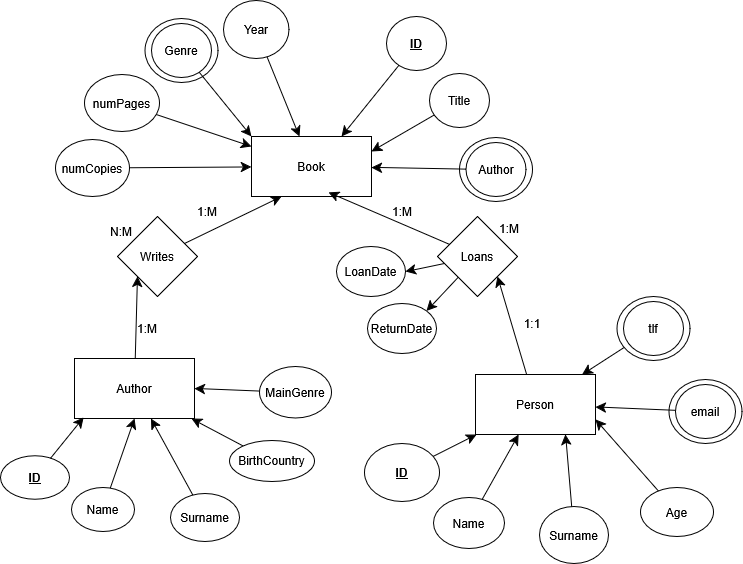
Earlier version of the draw.io export Documentation/ERdiagram.drawio.png (nqc-arch/LibraryDatabaseChallenge). Source tidied: cells renumbered, new cells last; positions are measured from the earlier drawing's top-left corner, leaving out a move shared by most shapes. Source of this version:
```xml
<mxGraphModel>
  <root>
    <mxCell id="0" />
    <mxCell id="1" parent="0" />
    <mxCell id="2" style="ellipse;whiteSpace=wrap;html=1;strokeColor=default;shadow=0;backgroundOutline=0;perimeterSpacing=0;" parent="1" vertex="1">
      <mxGeometry x="459" y="137" width="73" height="64" as="geometry" />
    </mxCell>
    <mxCell id="3" style="ellipse;whiteSpace=wrap;html=1;strokeColor=default;shadow=0;backgroundOutline=0;perimeterSpacing=0;" parent="1" vertex="1">
      <mxGeometry x="144.5" y="18" width="73" height="64" as="geometry" />
    </mxCell>
    <mxCell id="4" style="ellipse;whiteSpace=wrap;html=1;strokeColor=default;shadow=0;backgroundOutline=0;perimeterSpacing=0;" parent="1" vertex="1">
      <mxGeometry x="668.5" y="379" width="73" height="64" as="geometry" />
    </mxCell>
    <mxCell id="5" value="Book" style="rounded=0;whiteSpace=wrap;html=1;" parent="1" vertex="1">
      <mxGeometry x="251" y="136" width="120" height="60" as="geometry" />
    </mxCell>
    <mxCell id="6" style="edgeStyle=none;curved=1;rounded=0;jettySize=auto;html=1;entryX=0;entryY=1;entryDx=0;entryDy=0;fontSize=12;startSize=8;endSize=8;" parent="1" edge="1" source="7" target="11">
      <mxGeometry relative="1" as="geometry" />
    </mxCell>
    <mxCell id="7" value="&lt;div&gt;Author&lt;/div&gt;" style="rounded=0;whiteSpace=wrap;html=1;" parent="1" vertex="1">
      <mxGeometry x="74" y="358" width="120" height="60" as="geometry" />
    </mxCell>
    <mxCell id="8" style="edgeStyle=none;curved=1;rounded=0;jettySize=auto;html=1;entryX=1;entryY=1;entryDx=0;entryDy=0;fontSize=12;startSize=8;endSize=8;" parent="1" edge="1" source="9" target="15">
      <mxGeometry relative="1" as="geometry" />
    </mxCell>
    <mxCell id="9" value="&lt;div&gt;Person&lt;/div&gt;" style="rounded=0;whiteSpace=wrap;html=1;" parent="1" vertex="1">
      <mxGeometry x="475" y="374" width="120" height="60" as="geometry" />
    </mxCell>
    <mxCell id="10" style="edgeStyle=none;curved=1;rounded=0;jettySize=auto;html=1;entryX=0.25;entryY=1;entryDx=0;entryDy=0;fontSize=12;startSize=8;endSize=8;" parent="1" edge="1" source="11" target="5">
      <mxGeometry relative="1" as="geometry" />
    </mxCell>
    <mxCell id="11" value="&lt;div&gt;Writes&lt;/div&gt;" style="rhombus;whiteSpace=wrap;html=1;" parent="1" vertex="1">
      <mxGeometry x="117" y="216" width="80" height="80" as="geometry" />
    </mxCell>
    <mxCell id="12" style="edgeStyle=none;curved=1;rounded=0;jettySize=auto;html=1;entryX=0.642;entryY=0.933;entryDx=0;entryDy=0;fontSize=12;startSize=8;endSize=8;entryPerimeter=0;" parent="1" edge="1" source="15" target="5">
      <mxGeometry relative="1" as="geometry" />
    </mxCell>
    <mxCell id="13" style="edgeStyle=none;curved=1;rounded=0;jettySize=auto;html=1;entryX=1;entryY=0;entryDx=0;entryDy=0;fontSize=12;startSize=8;endSize=8;" parent="1" edge="1" source="15" target="60">
      <mxGeometry relative="1" as="geometry" />
    </mxCell>
    <mxCell id="14" style="edgeStyle=none;curved=1;rounded=0;jettySize=auto;html=1;entryX=1;entryY=0.5;entryDx=0;entryDy=0;fontSize=12;startSize=8;endSize=8;" parent="1" edge="1" source="15" target="59">
      <mxGeometry relative="1" as="geometry" />
    </mxCell>
    <mxCell id="15" value="&lt;div&gt;Loans&lt;/div&gt;" style="rhombus;whiteSpace=wrap;html=1;" parent="1" vertex="1">
      <mxGeometry x="437" y="216" width="80" height="80" as="geometry" />
    </mxCell>
    <mxCell id="16" style="edgeStyle=none;curved=1;rounded=0;jettySize=auto;html=1;fontSize=12;startSize=8;endSize=8;" parent="1" edge="1" source="17" target="9">
      <mxGeometry relative="1" as="geometry" />
    </mxCell>
    <mxCell id="17" value="&lt;u&gt;&lt;b&gt;ID&lt;/b&gt;&lt;/u&gt;" style="ellipse;whiteSpace=wrap;html=1;" parent="1" vertex="1">
      <mxGeometry x="364" y="443" width="75" height="58" as="geometry" />
    </mxCell>
    <mxCell id="18" style="edgeStyle=none;curved=1;rounded=0;jettySize=auto;html=1;fontSize=12;startSize=8;endSize=8;" parent="1" edge="1" source="19" target="9">
      <mxGeometry relative="1" as="geometry" />
    </mxCell>
    <mxCell id="19" value="&lt;div&gt;Name&lt;/div&gt;" style="ellipse;whiteSpace=wrap;html=1;" parent="1" vertex="1">
      <mxGeometry x="433" y="497" width="71" height="51" as="geometry" />
    </mxCell>
    <mxCell id="20" style="edgeStyle=none;curved=1;rounded=0;jettySize=auto;html=1;entryX=0.75;entryY=1;entryDx=0;entryDy=0;fontSize=12;startSize=8;endSize=8;" parent="1" edge="1" source="21" target="9">
      <mxGeometry relative="1" as="geometry" />
    </mxCell>
    <mxCell id="21" value="Surname" style="ellipse;whiteSpace=wrap;html=1;" parent="1" vertex="1">
      <mxGeometry x="539" y="506" width="69" height="57" as="geometry" />
    </mxCell>
    <mxCell id="22" style="edgeStyle=none;curved=1;rounded=0;jettySize=auto;html=1;entryX=1;entryY=0.75;entryDx=0;entryDy=0;fontSize=12;startSize=8;endSize=8;" parent="1" edge="1" source="23" target="9">
      <mxGeometry relative="1" as="geometry" />
    </mxCell>
    <mxCell id="23" value="Age" style="ellipse;whiteSpace=wrap;html=1;" parent="1" vertex="1">
      <mxGeometry x="640" y="487" width="73" height="49" as="geometry" />
    </mxCell>
    <mxCell id="24" value="&lt;b&gt;&lt;u&gt;ID&lt;/u&gt;&lt;/b&gt;" style="ellipse;whiteSpace=wrap;html=1;" parent="1" vertex="1">
      <mxGeometry y="455.2" width="69" height="43.5" as="geometry" />
    </mxCell>
    <mxCell id="25" style="edgeStyle=none;curved=1;rounded=0;jettySize=auto;html=1;entryX=0.5;entryY=1;entryDx=0;entryDy=0;fontSize=12;startSize=8;endSize=8;" parent="1" edge="1" source="26" target="7">
      <mxGeometry relative="1" as="geometry" />
    </mxCell>
    <mxCell id="26" value="&lt;div&gt;Name&lt;/div&gt;" style="ellipse;whiteSpace=wrap;html=1;" parent="1" vertex="1">
      <mxGeometry x="71" y="487" width="63" height="44" as="geometry" />
    </mxCell>
    <mxCell id="27" style="edgeStyle=none;curved=1;rounded=0;jettySize=auto;html=1;entryX=0.75;entryY=0;entryDx=0;entryDy=0;fontSize=12;startSize=8;endSize=8;" parent="1" edge="1" source="28" target="5">
      <mxGeometry relative="1" as="geometry" />
    </mxCell>
    <mxCell id="28" value="&lt;b&gt;&lt;u&gt;ID&lt;/u&gt;&lt;/b&gt;" style="ellipse;whiteSpace=wrap;html=1;" parent="1" vertex="1">
      <mxGeometry x="386" y="16" width="60" height="54" as="geometry" />
    </mxCell>
    <mxCell id="29" style="edgeStyle=none;curved=1;rounded=0;jettySize=auto;html=1;fontSize=12;startSize=8;endSize=8;" parent="1" edge="1" source="30" target="7">
      <mxGeometry relative="1" as="geometry" />
    </mxCell>
    <mxCell id="30" value="Surname" style="ellipse;whiteSpace=wrap;html=1;" parent="1" vertex="1">
      <mxGeometry x="170" y="493" width="69" height="48" as="geometry" />
    </mxCell>
    <mxCell id="31" style="edgeStyle=none;curved=1;rounded=0;jettySize=auto;html=1;entryX=0.075;entryY=0.983;entryDx=0;entryDy=0;entryPerimeter=0;fontSize=12;startSize=8;endSize=8;" parent="1" edge="1" source="24" target="7">
      <mxGeometry relative="1" as="geometry" />
    </mxCell>
    <mxCell id="32" style="edgeStyle=none;curved=1;rounded=0;jettySize=auto;html=1;entryX=1;entryY=0.25;entryDx=0;entryDy=0;fontSize=12;startSize=8;endSize=8;" parent="1" edge="1" source="33" target="5">
      <mxGeometry relative="1" as="geometry" />
    </mxCell>
    <mxCell id="33" value="&lt;div&gt;Title&lt;/div&gt;" style="ellipse;whiteSpace=wrap;html=1;" parent="1" vertex="1">
      <mxGeometry x="429" y="73" width="60" height="54" as="geometry" />
    </mxCell>
    <mxCell id="34" style="edgeStyle=none;curved=1;rounded=0;jettySize=auto;html=1;entryX=0;entryY=0;entryDx=0;entryDy=0;fontSize=12;startSize=8;endSize=8;" parent="1" edge="1" source="35" target="5">
      <mxGeometry relative="1" as="geometry" />
    </mxCell>
    <mxCell id="35" value="Genre" style="ellipse;whiteSpace=wrap;html=1;" parent="1" vertex="1">
      <mxGeometry x="151" y="23" width="60" height="54" as="geometry" />
    </mxCell>
    <mxCell id="36" style="edgeStyle=none;curved=1;rounded=0;jettySize=auto;html=1;fontSize=12;startSize=8;endSize=8;" parent="1" edge="1" source="37" target="5">
      <mxGeometry relative="1" as="geometry" />
    </mxCell>
    <mxCell id="37" value="&lt;div&gt;numPages&lt;/div&gt;" style="ellipse;whiteSpace=wrap;html=1;" parent="1" vertex="1">
      <mxGeometry x="84" y="74" width="75" height="57" as="geometry" />
    </mxCell>
    <mxCell id="38" style="edgeStyle=none;curved=1;rounded=0;jettySize=auto;html=1;fontSize=12;startSize=8;endSize=8;" parent="1" edge="1" source="39" target="5">
      <mxGeometry relative="1" as="geometry" />
    </mxCell>
    <mxCell id="39" value="&lt;div&gt;Author&lt;/div&gt;" style="ellipse;whiteSpace=wrap;html=1;" parent="1" vertex="1">
      <mxGeometry x="465.5" y="142" width="60" height="54" as="geometry" />
    </mxCell>
    <mxCell id="40" style="edgeStyle=none;curved=1;rounded=0;jettySize=auto;html=1;fontSize=12;startSize=8;endSize=8;" parent="1" edge="1" source="41" target="5">
      <mxGeometry relative="1" as="geometry" />
    </mxCell>
    <mxCell id="41" value="numCopies" style="ellipse;whiteSpace=wrap;html=1;" parent="1" vertex="1">
      <mxGeometry x="55" y="139" width="74" height="57" as="geometry" />
    </mxCell>
    <mxCell id="42" style="edgeStyle=none;curved=1;rounded=0;jettySize=auto;html=1;fontSize=12;startSize=8;endSize=8;" parent="1" edge="1" source="43" target="7">
      <mxGeometry relative="1" as="geometry" />
    </mxCell>
    <mxCell id="43" value="BirthCountry" style="ellipse;whiteSpace=wrap;html=1;" parent="1" vertex="1">
      <mxGeometry x="229" y="440" width="85" height="41" as="geometry" />
    </mxCell>
    <mxCell id="44" style="edgeStyle=none;curved=1;rounded=0;jettySize=auto;html=1;fontSize=12;startSize=8;endSize=8;" parent="1" edge="1" source="45" target="9">
      <mxGeometry relative="1" as="geometry" />
    </mxCell>
    <mxCell id="45" value="email" style="ellipse;whiteSpace=wrap;html=1;strokeColor=default;shadow=0;backgroundOutline=0;perimeterSpacing=0;" parent="1" vertex="1">
      <mxGeometry x="675" y="384" width="60" height="54" as="geometry" />
    </mxCell>
    <mxCell id="46" style="edgeStyle=none;curved=1;rounded=0;jettySize=auto;html=1;fontSize=12;startSize=8;endSize=8;" parent="1" edge="1" source="48" target="9">
      <mxGeometry relative="1" as="geometry" />
    </mxCell>
    <mxCell id="47" style="ellipse;whiteSpace=wrap;html=1;strokeColor=default;shadow=0;backgroundOutline=0;perimeterSpacing=0;" parent="1" vertex="1">
      <mxGeometry x="616.5" y="296" width="73" height="64" as="geometry" />
    </mxCell>
    <mxCell id="48" value="tlf" style="ellipse;whiteSpace=wrap;html=1;strokeColor=default;shadow=0;backgroundOutline=0;perimeterSpacing=0;" parent="1" vertex="1">
      <mxGeometry x="623" y="301" width="60" height="54" as="geometry" />
    </mxCell>
    <mxCell id="49" style="edgeStyle=none;curved=1;rounded=0;jettySize=auto;html=1;entryX=1;entryY=0.5;entryDx=0;entryDy=0;fontSize=12;startSize=8;endSize=8;" parent="1" edge="1" source="50" target="7">
      <mxGeometry relative="1" as="geometry" />
    </mxCell>
    <mxCell id="50" value="MainGenre" style="ellipse;whiteSpace=wrap;html=1;" parent="1" vertex="1">
      <mxGeometry x="259" y="366" width="72" height="51.5" as="geometry" />
    </mxCell>
    <mxCell id="51" style="edgeStyle=none;curved=1;rounded=0;jettySize=auto;html=1;fontSize=12;startSize=8;endSize=8;" parent="1" edge="1" source="52" target="5">
      <mxGeometry relative="1" as="geometry" />
    </mxCell>
    <mxCell id="52" value="Year" style="ellipse;whiteSpace=wrap;html=1;" parent="1" vertex="1">
      <mxGeometry x="223" width="65.5" height="58" as="geometry" />
    </mxCell>
    <mxCell id="53" value="1:M" style="text;html=1;align=center;verticalAlign=middle;whiteSpace=wrap;rounded=0;" parent="1" vertex="1">
      <mxGeometry x="117" y="313" width="60" height="30" as="geometry" />
    </mxCell>
    <mxCell id="54" value="1:M" style="text;html=1;align=center;verticalAlign=middle;whiteSpace=wrap;rounded=0;" parent="1" vertex="1">
      <mxGeometry x="177" y="196" width="60" height="30" as="geometry" />
    </mxCell>
    <mxCell id="55" value="N:M" style="text;html=1;align=center;verticalAlign=middle;whiteSpace=wrap;rounded=0;" parent="1" vertex="1">
      <mxGeometry x="91" y="216" width="60" height="30" as="geometry" />
    </mxCell>
    <mxCell id="56" value="1:1" style="text;html=1;align=center;verticalAlign=middle;whiteSpace=wrap;rounded=0;" parent="1" vertex="1">
      <mxGeometry x="502" y="308" width="60" height="30" as="geometry" />
    </mxCell>
    <mxCell id="57" value="1:M" style="text;html=1;align=center;verticalAlign=middle;whiteSpace=wrap;rounded=0;" parent="1" vertex="1">
      <mxGeometry x="371.5" y="196" width="60" height="30" as="geometry" />
    </mxCell>
    <mxCell id="58" value="1:M" style="text;html=1;align=center;verticalAlign=middle;whiteSpace=wrap;rounded=0;" parent="1" vertex="1">
      <mxGeometry x="479" y="213" width="60" height="30" as="geometry" />
    </mxCell>
    <mxCell id="59" value="LoanDate" style="ellipse;whiteSpace=wrap;html=1;" parent="1" vertex="1">
      <mxGeometry x="336" y="246" width="69" height="50" as="geometry" />
    </mxCell>
    <mxCell id="60" value="ReturnDate" style="ellipse;whiteSpace=wrap;html=1;" parent="1" vertex="1">
      <mxGeometry x="367" y="303" width="69" height="50" as="geometry" />
    </mxCell>
  </root>
</mxGraphModel>
```
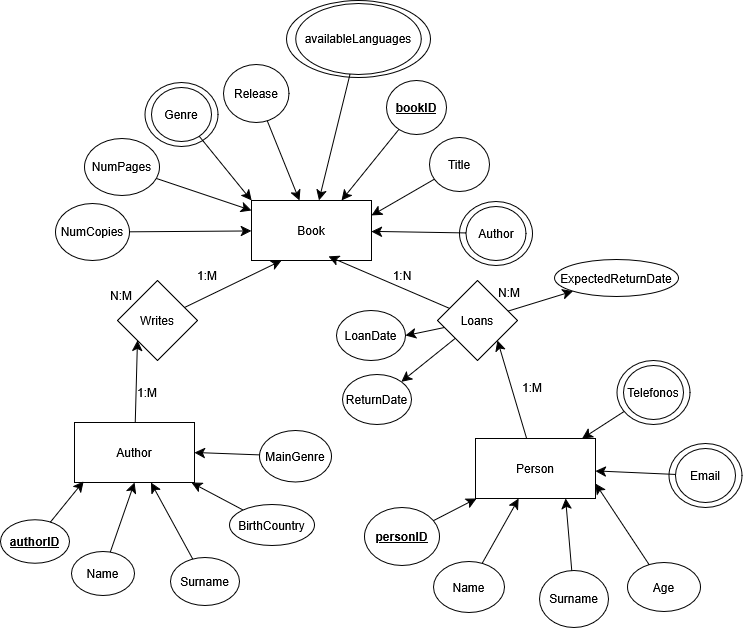
Above is the later version.

Commit message:
First steps into Relational Diagram. Minor modifications to ER Diagrama

Change to the diagram source:
```diff
@@ -2,6 +2,9 @@
   <root>
     <mxCell id="0" />
     <mxCell id="1" parent="0" />
+    <mxCell id="61" style="ellipse;whiteSpace=wrap;html=1;" parent="1" vertex="1">
+      <mxGeometry x="286" y="-64" width="144" height="77" as="geometry" />
+    </mxCell>
     <mxCell id="2" style="ellipse;whiteSpace=wrap;html=1;strokeColor=default;shadow=0;backgroundOutline=0;perimeterSpacing=0;" parent="1" vertex="1">
       <mxGeometry x="459" y="137" width="73" height="64" as="geometry" />
     </mxCell>
@@ -41,13 +44,16 @@
     <mxCell id="14" style="edgeStyle=none;curved=1;rounded=0;jettySize=auto;html=1;entryX=1;entryY=0.5;entryDx=0;entryDy=0;fontSize=12;startSize=8;endSize=8;" parent="1" edge="1" source="15" target="59">
       <mxGeometry relative="1" as="geometry" />
     </mxCell>
+    <mxCell id="62" style="edgeStyle=none;curved=1;rounded=0;jettySize=auto;html=1;fontSize=12;startSize=8;endSize=8;" parent="1" edge="1" source="15" target="65">
+      <mxGeometry relative="1" as="geometry" />
+    </mxCell>
     <mxCell id="15" value="&lt;div&gt;Loans&lt;/div&gt;" style="rhombus;whiteSpace=wrap;html=1;" parent="1" vertex="1">
       <mxGeometry x="437" y="216" width="80" height="80" as="geometry" />
     </mxCell>
     <mxCell id="16" style="edgeStyle=none;curved=1;rounded=0;jettySize=auto;html=1;fontSize=12;startSize=8;endSize=8;" parent="1" edge="1" source="17" target="9">
       <mxGeometry relative="1" as="geometry" />
     </mxCell>
-    <mxCell id="17" value="&lt;u&gt;&lt;b&gt;ID&lt;/b&gt;&lt;/u&gt;" style="ellipse;whiteSpace=wrap;html=1;" parent="1" vertex="1">
+    <mxCell id="17" value="&lt;b&gt;&lt;u&gt;person&lt;/u&gt;&lt;/b&gt;&lt;u&gt;&lt;b&gt;ID&lt;/b&gt;&lt;/u&gt;" style="ellipse;whiteSpace=wrap;html=1;" parent="1" vertex="1">
       <mxGeometry x="364" y="443" width="75" height="58" as="geometry" />
     </mxCell>
     <mxCell id="18" style="edgeStyle=none;curved=1;rounded=0;jettySize=auto;html=1;fontSize=12;startSize=8;endSize=8;" parent="1" edge="1" source="19" target="9">
@@ -66,9 +72,9 @@
       <mxGeometry relative="1" as="geometry" />
     </mxCell>
     <mxCell id="23" value="Age" style="ellipse;whiteSpace=wrap;html=1;" parent="1" vertex="1">
-      <mxGeometry x="640" y="487" width="73" height="49" as="geometry" />
+      <mxGeometry x="627" y="498" width="73" height="49" as="geometry" />
     </mxCell>
-    <mxCell id="24" value="&lt;b&gt;&lt;u&gt;ID&lt;/u&gt;&lt;/b&gt;" style="ellipse;whiteSpace=wrap;html=1;" parent="1" vertex="1">
+    <mxCell id="24" value="&lt;b&gt;&lt;u&gt;authorID&lt;/u&gt;&lt;/b&gt;" style="ellipse;whiteSpace=wrap;html=1;" parent="1" vertex="1">
       <mxGeometry y="455.2" width="69" height="43.5" as="geometry" />
     </mxCell>
     <mxCell id="25" style="edgeStyle=none;curved=1;rounded=0;jettySize=auto;html=1;entryX=0.5;entryY=1;entryDx=0;entryDy=0;fontSize=12;startSize=8;endSize=8;" parent="1" edge="1" source="26" target="7">
@@ -80,7 +86,7 @@
     <mxCell id="27" style="edgeStyle=none;curved=1;rounded=0;jettySize=auto;html=1;entryX=0.75;entryY=0;entryDx=0;entryDy=0;fontSize=12;startSize=8;endSize=8;" parent="1" edge="1" source="28" target="5">
       <mxGeometry relative="1" as="geometry" />
     </mxCell>
-    <mxCell id="28" value="&lt;b&gt;&lt;u&gt;ID&lt;/u&gt;&lt;/b&gt;" style="ellipse;whiteSpace=wrap;html=1;" parent="1" vertex="1">
+    <mxCell id="28" value="book&lt;span&gt;&lt;span&gt;ID&lt;/span&gt;&lt;/span&gt;" style="ellipse;whiteSpace=wrap;html=1;fontStyle=5;" parent="1" vertex="1">
       <mxGeometry x="386" y="16" width="60" height="54" as="geometry" />
     </mxCell>
     <mxCell id="29" style="edgeStyle=none;curved=1;rounded=0;jettySize=auto;html=1;fontSize=12;startSize=8;endSize=8;" parent="1" edge="1" source="30" target="7">
@@ -107,7 +113,7 @@
     <mxCell id="36" style="edgeStyle=none;curved=1;rounded=0;jettySize=auto;html=1;fontSize=12;startSize=8;endSize=8;" parent="1" edge="1" source="37" target="5">
       <mxGeometry relative="1" as="geometry" />
     </mxCell>
-    <mxCell id="37" value="&lt;div&gt;numPages&lt;/div&gt;" style="ellipse;whiteSpace=wrap;html=1;" parent="1" vertex="1">
+    <mxCell id="37" value="&lt;div&gt;NumPages&lt;/div&gt;" style="ellipse;whiteSpace=wrap;html=1;" parent="1" vertex="1">
       <mxGeometry x="84" y="74" width="75" height="57" as="geometry" />
     </mxCell>
     <mxCell id="38" style="edgeStyle=none;curved=1;rounded=0;jettySize=auto;html=1;fontSize=12;startSize=8;endSize=8;" parent="1" edge="1" source="39" target="5">
@@ -119,7 +125,7 @@
     <mxCell id="40" style="edgeStyle=none;curved=1;rounded=0;jettySize=auto;html=1;fontSize=12;startSize=8;endSize=8;" parent="1" edge="1" source="41" target="5">
       <mxGeometry relative="1" as="geometry" />
     </mxCell>
-    <mxCell id="41" value="numCopies" style="ellipse;whiteSpace=wrap;html=1;" parent="1" vertex="1">
+    <mxCell id="41" value="NumCopies" style="ellipse;whiteSpace=wrap;html=1;" parent="1" vertex="1">
       <mxGeometry x="55" y="139" width="74" height="57" as="geometry" />
     </mxCell>
     <mxCell id="42" style="edgeStyle=none;curved=1;rounded=0;jettySize=auto;html=1;fontSize=12;startSize=8;endSize=8;" parent="1" edge="1" source="43" target="7">
@@ -131,7 +137,7 @@
     <mxCell id="44" style="edgeStyle=none;curved=1;rounded=0;jettySize=auto;html=1;fontSize=12;startSize=8;endSize=8;" parent="1" edge="1" source="45" target="9">
       <mxGeometry relative="1" as="geometry" />
     </mxCell>
-    <mxCell id="45" value="email" style="ellipse;whiteSpace=wrap;html=1;strokeColor=default;shadow=0;backgroundOutline=0;perimeterSpacing=0;" parent="1" vertex="1">
+    <mxCell id="45" value="Email" style="ellipse;whiteSpace=wrap;html=1;strokeColor=default;shadow=0;backgroundOutline=0;perimeterSpacing=0;" parent="1" vertex="1">
       <mxGeometry x="675" y="384" width="60" height="54" as="geometry" />
     </mxCell>
     <mxCell id="46" style="edgeStyle=none;curved=1;rounded=0;jettySize=auto;html=1;fontSize=12;startSize=8;endSize=8;" parent="1" edge="1" source="48" target="9">
@@ -140,7 +146,7 @@
     <mxCell id="47" style="ellipse;whiteSpace=wrap;html=1;strokeColor=default;shadow=0;backgroundOutline=0;perimeterSpacing=0;" parent="1" vertex="1">
       <mxGeometry x="616.5" y="296" width="73" height="64" as="geometry" />
     </mxCell>
-    <mxCell id="48" value="tlf" style="ellipse;whiteSpace=wrap;html=1;strokeColor=default;shadow=0;backgroundOutline=0;perimeterSpacing=0;" parent="1" vertex="1">
+    <mxCell id="48" value="Telefonos" style="ellipse;whiteSpace=wrap;html=1;strokeColor=default;shadow=0;backgroundOutline=0;perimeterSpacing=0;" parent="1" vertex="1">
       <mxGeometry x="623" y="301" width="60" height="54" as="geometry" />
     </mxCell>
     <mxCell id="49" style="edgeStyle=none;curved=1;rounded=0;jettySize=auto;html=1;entryX=1;entryY=0.5;entryDx=0;entryDy=0;fontSize=12;startSize=8;endSize=8;" parent="1" edge="1" source="50" target="7">
@@ -152,7 +158,7 @@
     <mxCell id="51" style="edgeStyle=none;curved=1;rounded=0;jettySize=auto;html=1;fontSize=12;startSize=8;endSize=8;" parent="1" edge="1" source="52" target="5">
       <mxGeometry relative="1" as="geometry" />
     </mxCell>
-    <mxCell id="52" value="Year" style="ellipse;whiteSpace=wrap;html=1;" parent="1" vertex="1">
+    <mxCell id="52" value="Release" style="ellipse;whiteSpace=wrap;html=1;" parent="1" vertex="1">
       <mxGeometry x="223" width="65.5" height="58" as="geometry" />
     </mxCell>
     <mxCell id="53" value="1:M" style="text;html=1;align=center;verticalAlign=middle;whiteSpace=wrap;rounded=0;" parent="1" vertex="1">
@@ -164,20 +170,29 @@
     <mxCell id="55" value="N:M" style="text;html=1;align=center;verticalAlign=middle;whiteSpace=wrap;rounded=0;" parent="1" vertex="1">
       <mxGeometry x="91" y="216" width="60" height="30" as="geometry" />
     </mxCell>
-    <mxCell id="56" value="1:1" style="text;html=1;align=center;verticalAlign=middle;whiteSpace=wrap;rounded=0;" parent="1" vertex="1">
+    <mxCell id="56" value="1:M" style="text;html=1;align=center;verticalAlign=middle;whiteSpace=wrap;rounded=0;" parent="1" vertex="1">
       <mxGeometry x="502" y="308" width="60" height="30" as="geometry" />
     </mxCell>
-    <mxCell id="57" value="1:M" style="text;html=1;align=center;verticalAlign=middle;whiteSpace=wrap;rounded=0;" parent="1" vertex="1">
+    <mxCell id="57" value="1:N" style="text;html=1;align=center;verticalAlign=middle;whiteSpace=wrap;rounded=0;" parent="1" vertex="1">
       <mxGeometry x="371.5" y="196" width="60" height="30" as="geometry" />
     </mxCell>
-    <mxCell id="58" value="1:M" style="text;html=1;align=center;verticalAlign=middle;whiteSpace=wrap;rounded=0;" parent="1" vertex="1">
+    <mxCell id="58" value="N:M" style="text;html=1;align=center;verticalAlign=middle;whiteSpace=wrap;rounded=0;" parent="1" vertex="1">
       <mxGeometry x="479" y="213" width="60" height="30" as="geometry" />
     </mxCell>
     <mxCell id="59" value="LoanDate" style="ellipse;whiteSpace=wrap;html=1;" parent="1" vertex="1">
       <mxGeometry x="336" y="246" width="69" height="50" as="geometry" />
     </mxCell>
     <mxCell id="60" value="ReturnDate" style="ellipse;whiteSpace=wrap;html=1;" parent="1" vertex="1">
-      <mxGeometry x="367" y="303" width="69" height="50" as="geometry" />
+      <mxGeometry x="342" y="310" width="69" height="50" as="geometry" />
     </mxCell>
+    <mxCell id="63" style="edgeStyle=none;curved=1;rounded=0;jettySize=auto;html=1;fontSize=12;startSize=8;endSize=8;" parent="1" edge="1" source="64" target="5">
+      <mxGeometry relative="1" as="geometry" />
+    </mxCell>
+    <mxCell id="64" value="&lt;div&gt;availableLanguages&lt;/div&gt;" style="ellipse;whiteSpace=wrap;html=1;" parent="1" vertex="1">
+      <mxGeometry x="295.2" y="-61" width="125.5" height="71" as="geometry" />
+    </mxCell>
+    <mxCell id="65" value="ExpectedReturnDate" style="ellipse;whiteSpace=wrap;html=1;" parent="1" vertex="1">
+      <mxGeometry x="554" y="195" width="124" height="37" as="geometry" />
+    </mxCell>
   </root>
 </mxGraphModel>
```
